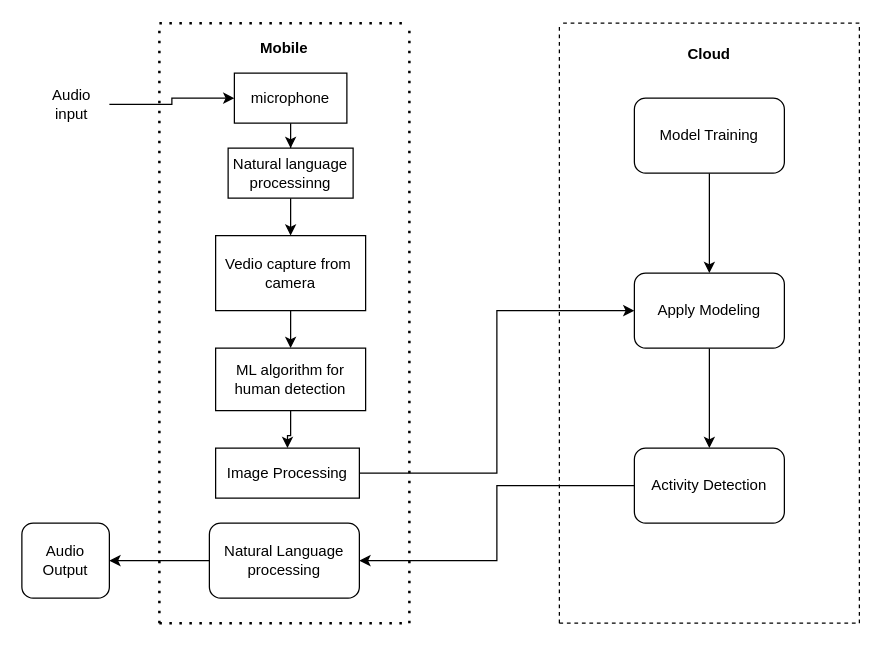
Above: correctedVersion.drawio in ahmad2001hotmailyahoo/ahmad-arc (draw.io), before the change. Source tidied: cells renumbered, new cells numbered last; positions are measured from the earlier drawing's top-left corner, leaving out a move shared by most shapes. Both pictures are drawn from the tidied source at 125%, with x=0, y=0 at pixel (21, 22).
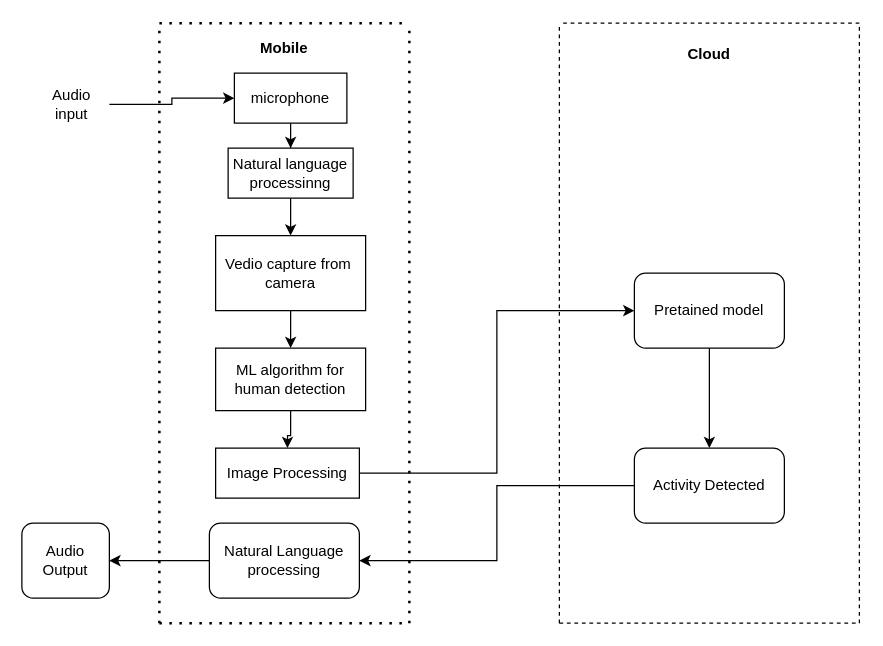
After the change.

Change to the diagram source:
```diff
@@
-    <mxCell id="24" style="edgeStyle=orthogonalEdgeStyle;rounded=0;jettySize=auto;html=1;" parent="1" edge="1" source="25" target="27">
-      <mxGeometry relative="1" as="geometry" />
-    </mxCell>
-    <mxCell id="25" value="Model Training" style="rounded=1;whiteSpace=wrap;html=1;" parent="1" vertex="1">
-      <mxGeometry x="490" y="60" width="120" height="60" as="geometry" />
-    </mxCell>
@@
-    <mxCell id="27" value="Apply Modeling" style="whiteSpace=wrap;html=1;rounded=1;" parent="1" vertex="1">
+    <mxCell id="27" value="Pretained model" style="whiteSpace=wrap;html=1;rounded=1;" parent="1" vertex="1">
       <mxGeometry x="490" y="200" width="120" height="60" as="geometry" />
     </mxCell>
@@
-    <mxCell id="29" value="Activity Detection" style="whiteSpace=wrap;html=1;rounded=1;" parent="1" vertex="1">
+    <mxCell id="29" value="Activity Detected" style="whiteSpace=wrap;html=1;rounded=1;" parent="1" vertex="1">
       <mxGeometry x="490" y="340" width="120" height="60" as="geometry" />
     </mxCell>
```
